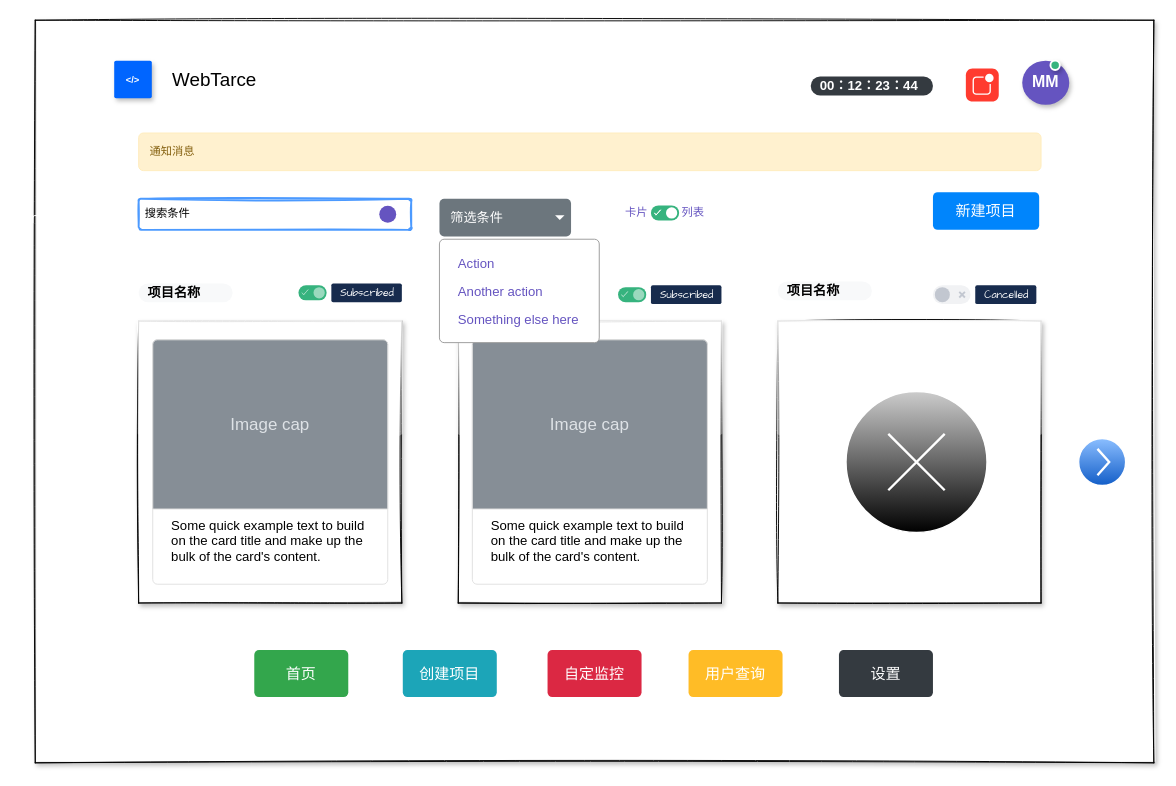
Earlier version of the draw.io diagram page "首页" (4 of 5) of client/前端监控平台原型.drawio (lczCoder/monitor-screen). Source tidied: cells renumbered, new cells numbered last; positions are measured from the earlier drawing's top-left corner, leaving out a move shared by most shapes. Both pictures are drawn from the tidied source at 94%, with x=0, y=0 at pixel (16, 20).
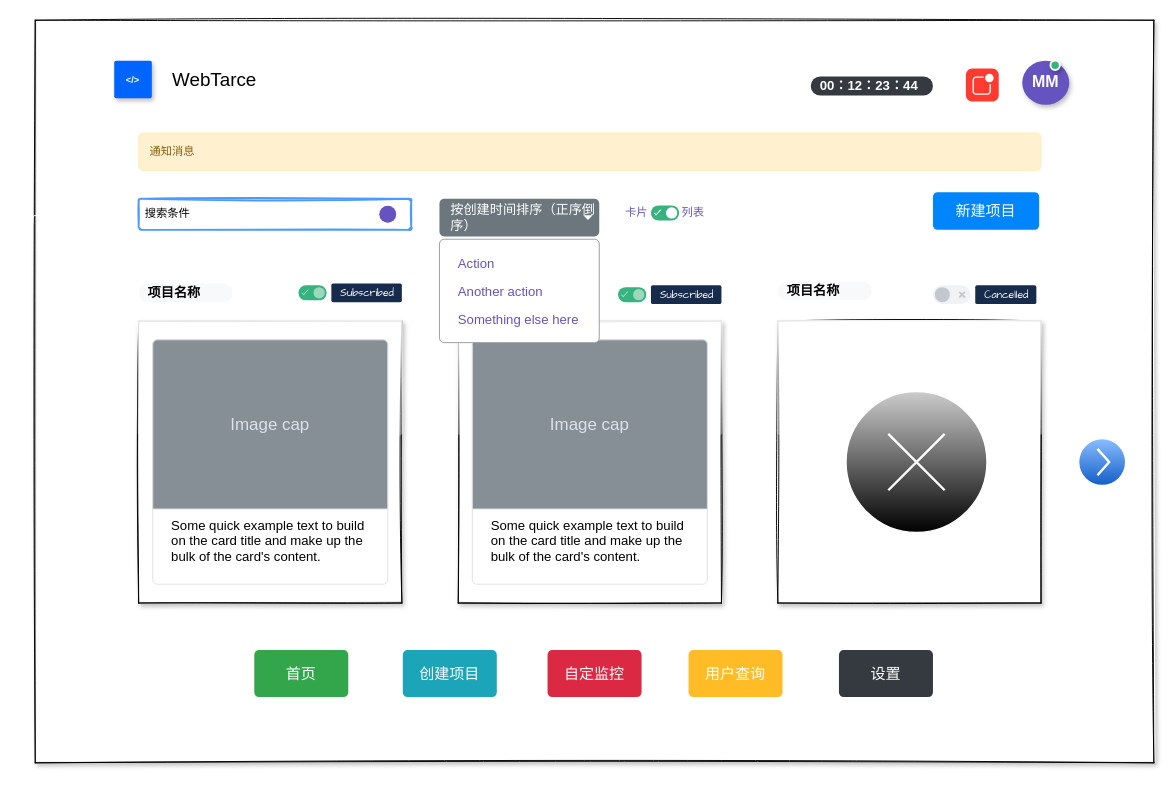
The same diagram, later.

The change refers to these unchanged cells:
```xml
<mxCell id="40" style="group;" parent="1" vertex="1">
  <mxGeometry x="450" y="190" width="170" height="153" as="geometry" />
</mxCell>
```

Diff of the diagram source:
```diff
@@
-    <mxCell id="41" value="筛选条件" style="html=1;shadow=0;dashed=0;shape=mxgraph.bootstrap.rrect;rSize=5;strokeColor=none;strokeWidth=1;fillColor=#6C767D;fontColor=#ffffff;whiteSpace=wrap;align=left;verticalAlign=middle;fontStyle=0;fontSize=14;spacingLeft=10;fontFamily=Helvetica;" parent="40" vertex="1">
-      <mxGeometry width="140" height="40" as="geometry" />
+    <mxCell id="41" value="按创建时间排序（正序倒序）" style="html=1;shadow=0;dashed=0;shape=mxgraph.bootstrap.rrect;rSize=5;strokeColor=none;strokeWidth=1;fillColor=#6C767D;fontColor=#ffffff;whiteSpace=wrap;align=left;verticalAlign=middle;fontStyle=0;fontSize=14;spacingLeft=10;fontFamily=Helvetica;" parent="40" vertex="1">
+      <mxGeometry width="170" height="40" as="geometry" />
     </mxCell>
```
